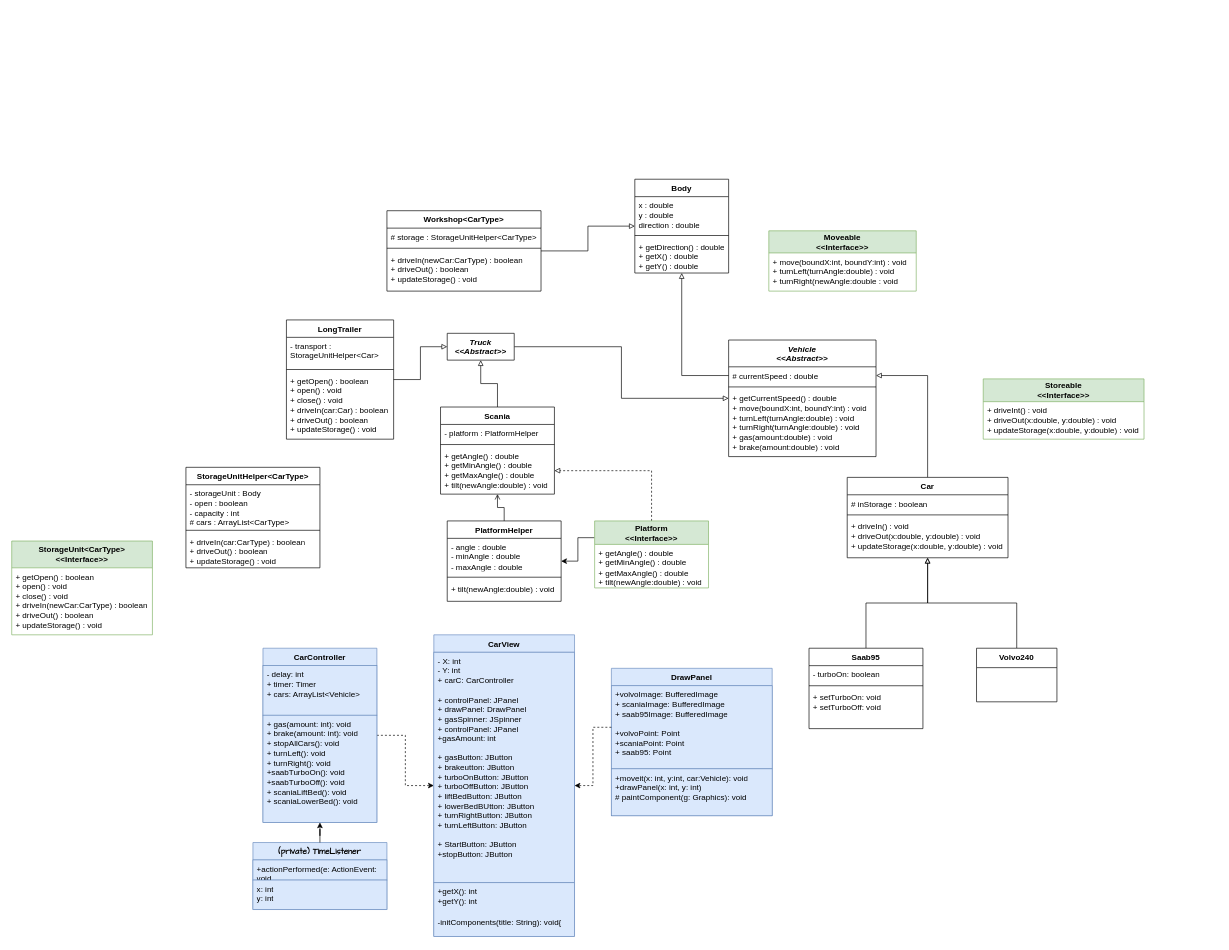
Before: Labb3pre.drawio in ErikFogelstrand/lab1-riktig, a draw.io diagram. Source tidied: cells renumbered, new cells numbered last; positions are measured from the earlier drawing's top-left corner, leaving out a move shared by most shapes. Both pictures are drawn from the tidied source at 67%, with x=0, y=0 at pixel (11, 179).
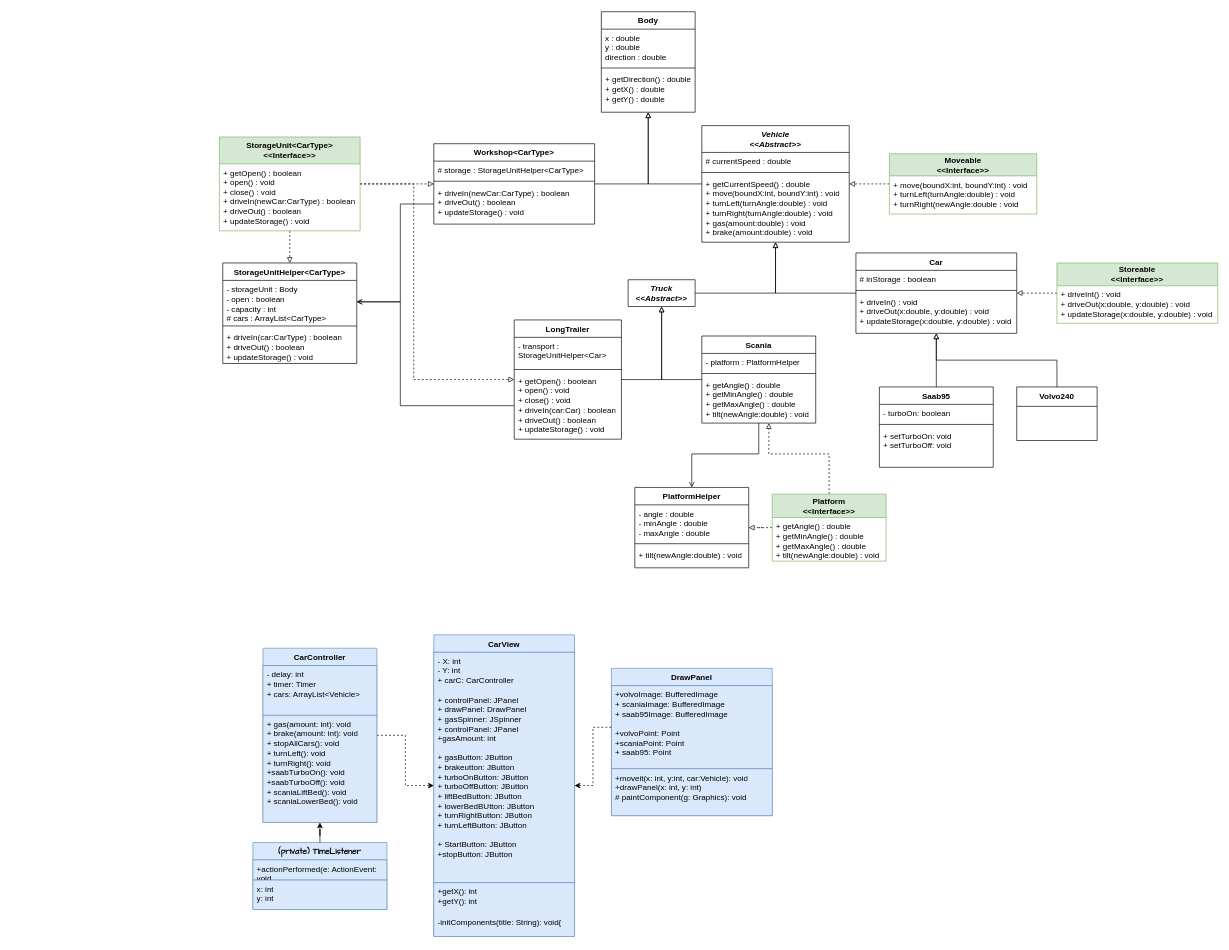
The same diagram, later.

The change refers to these unchanged cells:
```xml
<mxCell id="39" value="+ getAngle() : double&lt;br&gt;+ getMinAngle() : double&lt;br&gt;+ getMaxAngle() : double&lt;br&gt;+ tilt(newAngle:double) : void" style="text;strokeColor=none;fillColor=none;align=left;verticalAlign=top;spacingLeft=4;spacingRight=4;overflow=hidden;points=[[0,0.5],[1,0.5]];portConstraint=eastwest;whiteSpace=wrap;html=1;" parent="36" vertex="1">
  <mxGeometry y="60" width="170" height="70" as="geometry" />
</mxCell>
<mxCell id="42" value="# currentSpeed : double" style="text;strokeColor=none;fillColor=none;align=left;verticalAlign=top;spacingLeft=4;spacingRight=4;overflow=hidden;points=[[0,0.5],[1,0.5]];portConstraint=eastwest;whiteSpace=wrap;html=1;" parent="41" vertex="1">
  <mxGeometry y="40" width="220" height="26" as="geometry" />
</mxCell>
<mxCell id="46" value="- storageUnit : Body&lt;br&gt;- open : boolean&lt;br&gt;- capacity : int&lt;br&gt;# cars : ArrayList&amp;lt;CarType&amp;gt;" style="text;strokeColor=none;fillColor=none;align=left;verticalAlign=top;spacingLeft=4;spacingRight=4;overflow=hidden;points=[[0,0.5],[1,0.5]];portConstraint=eastwest;whiteSpace=wrap;html=1;" parent="45" vertex="1">
  <mxGeometry y="26" width="200" height="64" as="geometry" />
</mxCell>
<mxCell id="58" value="+ getOpen() : boolean&lt;br&gt;+ open() : void&lt;br&gt;+ close() : void&lt;br&gt;+ driveIn(car:Car) : boolean&lt;br&gt;+ driveOut() : boolean&lt;br&gt;+ updateStorage() : void" style="text;strokeColor=none;fillColor=none;align=left;verticalAlign=top;spacingLeft=4;spacingRight=4;overflow=hidden;points=[[0,0.5],[1,0.5]];portConstraint=eastwest;whiteSpace=wrap;html=1;" parent="55" vertex="1">
  <mxGeometry y="78" width="160" height="100" as="geometry" />
</mxCell>
```

The edit, as a diff of the source:
```diff
@@
     <mxCell id="2" value="&lt;div&gt;Body&lt;/div&gt;" style="swimlane;fontStyle=1;align=center;verticalAlign=top;horizontal=1;startSize=26;whiteSpace=wrap;html=1;" parent="1" vertex="1">
-      <mxGeometry x="930" width="140" height="140" as="geometry" />
+      <mxGeometry x="880" y="-250" width="140" height="150" as="geometry" />
     </mxCell>
@@
     <mxCell id="5" value="+ getDirection() : double&lt;br&gt;+ getX() : double&lt;br&gt;+ getY() : double" style="text;strokeColor=none;fillColor=none;align=left;verticalAlign=top;spacingLeft=4;spacingRight=4;overflow=hidden;whiteSpace=wrap;html=1;" parent="2" vertex="1">
-      <mxGeometry y="88" width="140" height="52" as="geometry" />
+      <mxGeometry y="88" width="140" height="62" as="geometry" />
     </mxCell>
-    <mxCell id="6" style="edgeStyle=orthogonalEdgeStyle;rounded=0;jettySize=auto;html=1;endArrow=block;endFill=0;" parent="1" edge="1" source="7" target="42">
-      <mxGeometry relative="1" as="geometry" />
-    </mxCell>
+    <mxCell id="74" style="edgeStyle=orthogonalEdgeStyle;rounded=0;jettySize=auto;html=1;endArrow=block;endFill=0;" parent="1" edge="1" source="7" target="41">
+      <mxGeometry relative="1" as="geometry" />
+    </mxCell>
     <mxCell id="7" value="Car" style="swimlane;fontStyle=1;align=center;verticalAlign=top;horizontal=1;startSize=26;whiteSpace=wrap;html=1;" parent="1" vertex="1">
-      <mxGeometry x="1247" y="445" width="240" height="120" as="geometry" />
+      <mxGeometry x="1260" y="110" width="240" height="120" as="geometry" />
     </mxCell>
@@
     <mxCell id="22" value="&lt;div&gt;&lt;i&gt;Truck&lt;/i&gt;&lt;/div&gt;&lt;div&gt;&lt;i&gt;&amp;lt;&amp;lt;Abstract&amp;gt;&amp;gt;&lt;/i&gt;&lt;/div&gt;" style="swimlane;fontStyle=1;align=center;verticalAlign=top;horizontal=1;startSize=66;whiteSpace=wrap;html=1;" parent="1" vertex="1">
-      <mxGeometry x="650" y="230" width="100" height="40" as="geometry" />
+      <mxGeometry x="920" y="150" width="100" height="40" as="geometry" />
     </mxCell>
-    <mxCell id="23" style="edgeStyle=orthogonalEdgeStyle;rounded=0;jettySize=auto;html=1;exitX=0.5;exitY=0;exitDx=0;exitDy=0;endArrow=open;endFill=0;" parent="1" edge="1" source="24" target="36">
-      <mxGeometry relative="1" as="geometry" />
-    </mxCell>
     <mxCell id="24" value="PlatformHelper" style="swimlane;fontStyle=1;align=center;verticalAlign=top;horizontal=1;startSize=26;whiteSpace=wrap;html=1;" parent="1" vertex="1">
-      <mxGeometry x="650" y="510" width="170" height="120" as="geometry" />
+      <mxGeometry x="930" y="460" width="170" height="120" as="geometry" />
     </mxCell>
@@
     <mxCell id="29" value="&lt;div&gt;Saab95&lt;/div&gt;" style="swimlane;fontStyle=1;align=center;verticalAlign=top;horizontal=1;startSize=26;whiteSpace=wrap;html=1;" parent="1" vertex="1">
-      <mxGeometry x="1190" y="700" width="170" height="120" as="geometry" />
+      <mxGeometry x="1295" y="310" width="170" height="120" as="geometry" />
     </mxCell>
@@
     <mxCell id="34" value="&lt;div&gt;Volvo240&lt;/div&gt;" style="swimlane;fontStyle=1;align=center;verticalAlign=top;horizontal=1;startSize=29;whiteSpace=wrap;html=1;" parent="1" vertex="1">
-      <mxGeometry x="1440" y="700" width="120" height="80" as="geometry" />
+      <mxGeometry x="1500" y="310" width="120" height="80" as="geometry" />
     </mxCell>
@@
+    <mxCell id="75" style="edgeStyle=orthogonalEdgeStyle;rounded=0;jettySize=auto;html=1;endArrow=open;endFill=0;" parent="1" edge="1" source="36" target="24">
+      <mxGeometry relative="1" as="geometry">
+        <Array as="points">
+          <mxPoint x="1115" y="410" />
+          <mxPoint x="1015" y="410" />
+        </Array>
+      </mxGeometry>
+    </mxCell>
     <mxCell id="36" value="Scania" style="swimlane;fontStyle=1;align=center;verticalAlign=top;horizontal=1;startSize=26;whiteSpace=wrap;html=1;" parent="1" vertex="1">
-      <mxGeometry x="640" y="340" width="170" height="130" as="geometry" />
+      <mxGeometry x="1030" y="234" width="170" height="130" as="geometry" />
     </mxCell>
@@
-    <mxCell id="40" style="edgeStyle=orthogonalEdgeStyle;rounded=0;jettySize=auto;html=1;endArrow=block;endFill=0;exitX=0;exitY=0.5;exitDx=0;exitDy=0;" parent="1" edge="1" source="42" target="2">
-      <mxGeometry relative="1" as="geometry" />
-    </mxCell>
+    <mxCell id="76" style="edgeStyle=orthogonalEdgeStyle;rounded=0;jettySize=auto;html=1;endArrow=block;endFill=0;" parent="1" edge="1" source="41" target="2">
+      <mxGeometry relative="1" as="geometry" />
+    </mxCell>
     <mxCell id="41" value="&lt;i&gt;Vehicle&lt;br&gt;&amp;lt;&amp;lt;Abstract&amp;gt;&amp;gt;&lt;/i&gt;" style="swimlane;fontStyle=1;align=center;verticalAlign=top;horizontal=1;startSize=40;whiteSpace=wrap;html=1;" parent="1" vertex="1">
-      <mxGeometry x="1070" y="240" width="220" height="174" as="geometry" />
+      <mxGeometry x="1030" y="-80" width="220" height="174" as="geometry" />
     </mxCell>
@@
     <mxCell id="45" value="StorageUnitHelper&amp;lt;CarType&amp;gt;" style="swimlane;fontStyle=1;align=center;verticalAlign=top;horizontal=1;startSize=26;whiteSpace=wrap;html=1;" parent="1" vertex="1">
-      <mxGeometry x="260" y="430" width="200" height="150" as="geometry" />
+      <mxGeometry x="315" y="125" width="200" height="150" as="geometry" />
     </mxCell>
@@
     <mxCell id="50" value="&lt;div&gt;Workshop&amp;lt;CarType&amp;gt;&lt;/div&gt;" style="swimlane;fontStyle=1;align=center;verticalAlign=top;horizontal=1;startSize=26;whiteSpace=wrap;html=1;" parent="1" vertex="1">
-      <mxGeometry x="560" y="47" width="230" height="120" as="geometry" />
+      <mxGeometry x="630" y="-53" width="240" height="120" as="geometry" />
     </mxCell>
     <mxCell id="51" value="# storage : StorageUnitHelper&amp;lt;CarType&amp;gt;" style="text;strokeColor=none;fillColor=none;align=left;verticalAlign=top;spacingLeft=4;spacingRight=4;overflow=hidden;whiteSpace=wrap;html=1;" parent="50" vertex="1">
-      <mxGeometry y="26" width="230" height="26" as="geometry" />
+      <mxGeometry y="26" width="240" height="26" as="geometry" />
     </mxCell>
     <mxCell id="52" style="line;strokeWidth=1;fillColor=none;align=left;verticalAlign=middle;spacingTop=-1;spacingLeft=3;spacingRight=3;labelPosition=right;strokeColor=inherit;" parent="50" vertex="1">
-      <mxGeometry y="52" width="230" height="8" as="geometry" />
+      <mxGeometry y="52" width="240" height="8" as="geometry" />
     </mxCell>
     <mxCell id="53" value="+ driveIn(newCar:CarType) : boolean&lt;br&gt;+ driveOut() : boolean&lt;br&gt;+ updateStorage() : void" style="text;strokeColor=none;fillColor=none;align=left;verticalAlign=top;spacingLeft=4;spacingRight=4;overflow=hidden;points=[[0,0.5],[1,0.5]];portConstraint=eastwest;whiteSpace=wrap;html=1;" parent="50" vertex="1">
-      <mxGeometry y="60" width="230" height="60" as="geometry" />
+      <mxGeometry y="60" width="240" height="60" as="geometry" />
     </mxCell>
@@
     <mxCell id="55" value="&lt;div&gt;LongTrailer&lt;/div&gt;" style="swimlane;fontStyle=1;align=center;verticalAlign=top;horizontal=1;startSize=26;whiteSpace=wrap;html=1;" parent="1" vertex="1">
-      <mxGeometry x="410" y="210" width="160" height="178" as="geometry" />
+      <mxGeometry x="750" y="210" width="160" height="178" as="geometry" />
     </mxCell>
@@
+    <mxCell id="63" style="edgeStyle=orthogonalEdgeStyle;rounded=0;jettySize=auto;html=1;exitX=0.5;exitY=0;exitDx=0;exitDy=0;endArrow=block;endFill=0;dashed=1;" parent="1" edge="1" source="64" target="39">
+      <mxGeometry relative="1" as="geometry">
+        <Array as="points">
+          <mxPoint x="1220" y="410" />
+          <mxPoint x="1130" y="410" />
+        </Array>
+      </mxGeometry>
+    </mxCell>
-    <mxCell id="62" style="edgeStyle=orthogonalEdgeStyle;rounded=0;jettySize=auto;html=1;exitX=0;exitY=0.25;exitDx=0;exitDy=0;" parent="1" edge="1" source="64" target="24">
+    <mxCell id="62" style="edgeStyle=orthogonalEdgeStyle;rounded=0;jettySize=auto;html=1;endArrow=block;endFill=0;dashed=1;" parent="1" edge="1" source="64" target="24">
       <mxGeometry relative="1" as="geometry" />
     </mxCell>
-    <mxCell id="63" style="edgeStyle=orthogonalEdgeStyle;rounded=0;jettySize=auto;html=1;exitX=0.5;exitY=0;exitDx=0;exitDy=0;endArrow=block;endFill=0;dashed=1;entryX=1;entryY=0.5;entryDx=0;entryDy=0;" parent="1" edge="1" source="64" target="39">
-      <mxGeometry relative="1" as="geometry" />
-    </mxCell>
     <mxCell id="64" value="&lt;b&gt;Platform&lt;br&gt;&amp;lt;&amp;lt;Interface&amp;gt;&amp;gt;&lt;br&gt;&lt;/b&gt;" style="swimlane;fontStyle=0;horizontal=1;startSize=35;fillColor=#d5e8d4;whiteSpace=wrap;html=1;strokeColor=#82b366;" parent="1" vertex="1">
-      <mxGeometry x="870" y="510" width="170" height="100" as="geometry" />
+      <mxGeometry x="1135" y="470" width="170" height="100" as="geometry" />
     </mxCell>
@@
+    <mxCell id="77" style="edgeStyle=orthogonalEdgeStyle;rounded=0;jettySize=auto;html=1;endArrow=block;endFill=0;dashed=1;" parent="1" edge="1" source="66" target="41">
+      <mxGeometry relative="1" as="geometry" />
+    </mxCell>
     <mxCell id="66" value="&lt;b&gt;Moveable&lt;br&gt;&amp;lt;&amp;lt;Interface&amp;gt;&amp;gt;&lt;br&gt;&lt;/b&gt;" style="swimlane;fontStyle=0;horizontal=1;startSize=33;fillColor=#d5e8d4;whiteSpace=wrap;html=1;strokeColor=#82b366;" parent="1" vertex="1">
-      <mxGeometry x="1130" y="77" width="220" height="90" as="geometry" />
+      <mxGeometry x="1310" y="-38" width="220" height="90" as="geometry" />
     </mxCell>
@@
+    <mxCell id="78" style="edgeStyle=orthogonalEdgeStyle;rounded=0;jettySize=auto;html=1;endArrow=block;endFill=0;dashed=1;" parent="1" edge="1" source="68" target="7">
+      <mxGeometry relative="1" as="geometry" />
+    </mxCell>
     <mxCell id="68" value="&lt;b&gt;Storeable&lt;br&gt;&amp;lt;&amp;lt;Interface&amp;gt;&amp;gt;&lt;br&gt;&lt;/b&gt;" style="swimlane;fontStyle=0;horizontal=1;startSize=34;fillColor=#d5e8d4;whiteSpace=wrap;html=1;strokeColor=#82b366;" parent="1" vertex="1">
-      <mxGeometry x="1450" y="298" width="240" height="90" as="geometry" />
+      <mxGeometry x="1560" y="125" width="240" height="90" as="geometry" />
     </mxCell>
@@
+    <mxCell id="79" style="edgeStyle=orthogonalEdgeStyle;rounded=0;jettySize=auto;html=1;endArrow=block;endFill=0;dashed=1;" parent="1" edge="1" source="70" target="50">
+      <mxGeometry relative="1" as="geometry" />
+    </mxCell>
+    <mxCell id="80" style="edgeStyle=orthogonalEdgeStyle;rounded=0;jettySize=auto;html=1;endArrow=block;endFill=0;dashed=1;" parent="1" edge="1" source="70" target="45">
+      <mxGeometry relative="1" as="geometry" />
+    </mxCell>
+    <mxCell id="81" style="edgeStyle=orthogonalEdgeStyle;rounded=0;jettySize=auto;html=1;endArrow=block;endFill=0;dashed=1;" parent="1" edge="1" source="70" target="55">
+      <mxGeometry relative="1" as="geometry">
+        <Array as="points">
+          <mxPoint x="600" y="7" />
+          <mxPoint x="600" y="299" />
+        </Array>
+      </mxGeometry>
+    </mxCell>
     <mxCell id="70" value="&lt;b&gt;StorageUnit&amp;lt;CarType&amp;gt;&lt;br&gt;&amp;lt;&amp;lt;Interface&amp;gt;&amp;gt;&lt;br&gt;&lt;/b&gt;" style="swimlane;fontStyle=0;horizontal=1;startSize=40;fillColor=#d5e8d4;whiteSpace=wrap;html=1;strokeColor=#82b366;" parent="1" vertex="1">
-      <mxGeometry y="540" width="210" height="140" as="geometry" />
+      <mxGeometry x="310" y="-63" width="210" height="140" as="geometry" />
     </mxCell>
@@
+    <mxCell id="82" style="edgeStyle=orthogonalEdgeStyle;rounded=0;jettySize=auto;html=1;exitX=0;exitY=0.5;exitDx=0;exitDy=0;entryX=1;entryY=0.5;entryDx=0;entryDy=0;endArrow=open;endFill=0;" parent="1" edge="1" source="53" target="46">
+      <mxGeometry relative="1" as="geometry">
+        <Array as="points">
+          <mxPoint x="580" y="37" />
+          <mxPoint x="580" y="183" />
+        </Array>
+      </mxGeometry>
+    </mxCell>
+    <mxCell id="83" style="edgeStyle=orthogonalEdgeStyle;rounded=0;jettySize=auto;html=1;exitX=0;exitY=0.5;exitDx=0;exitDy=0;entryX=1;entryY=0.5;entryDx=0;entryDy=0;endArrow=open;endFill=0;" parent="1" edge="1" source="58" target="46">
+      <mxGeometry relative="1" as="geometry">
+        <Array as="points">
+          <mxPoint x="580" y="338" />
+          <mxPoint x="580" y="183" />
+        </Array>
+      </mxGeometry>
+    </mxCell>
```
